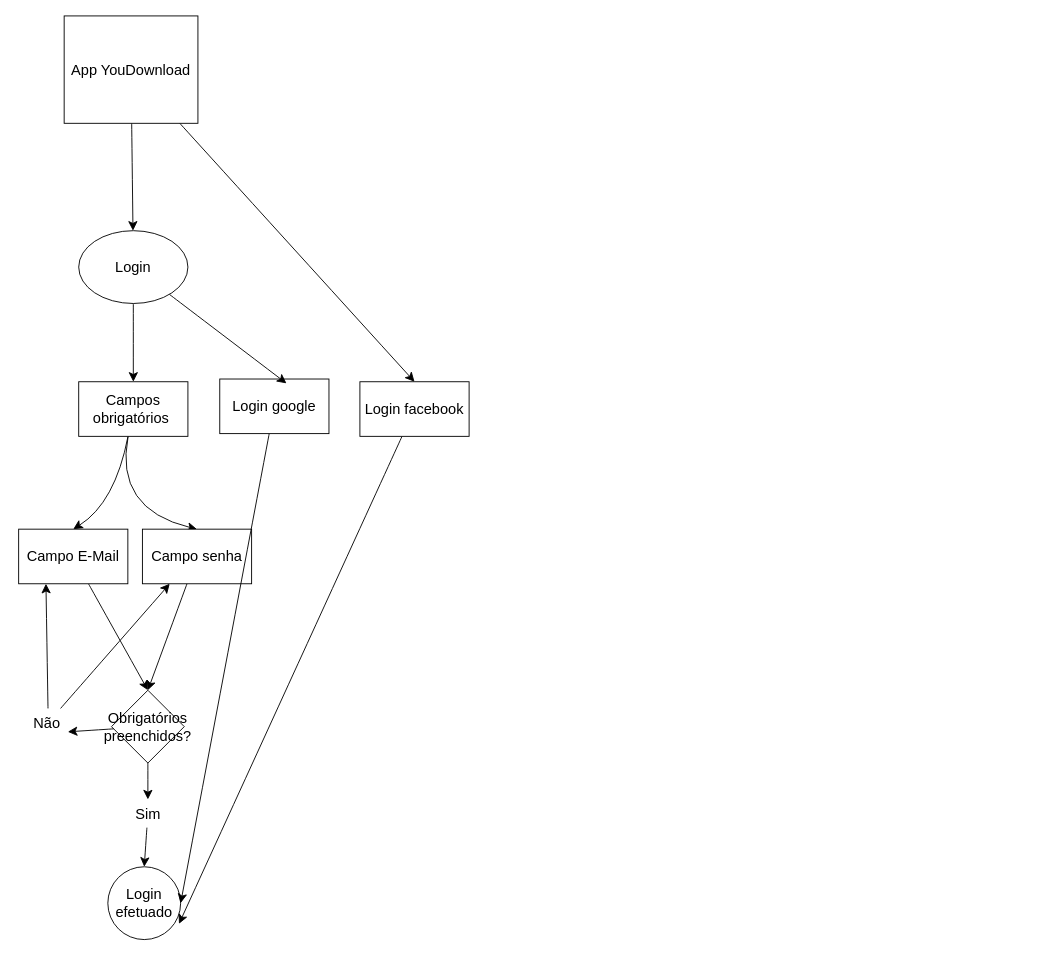
Above: Youdownload.drawio in gabrimota/Diagramas (draw.io), before the change. Source tidied: cells renumbered, new cells numbered last; positions are measured from the earlier drawing's top-left corner, leaving out a move shared by most shapes. Both pictures are drawn from the tidied source at 91%, with x=0, y=0 at pixel (18, 15).
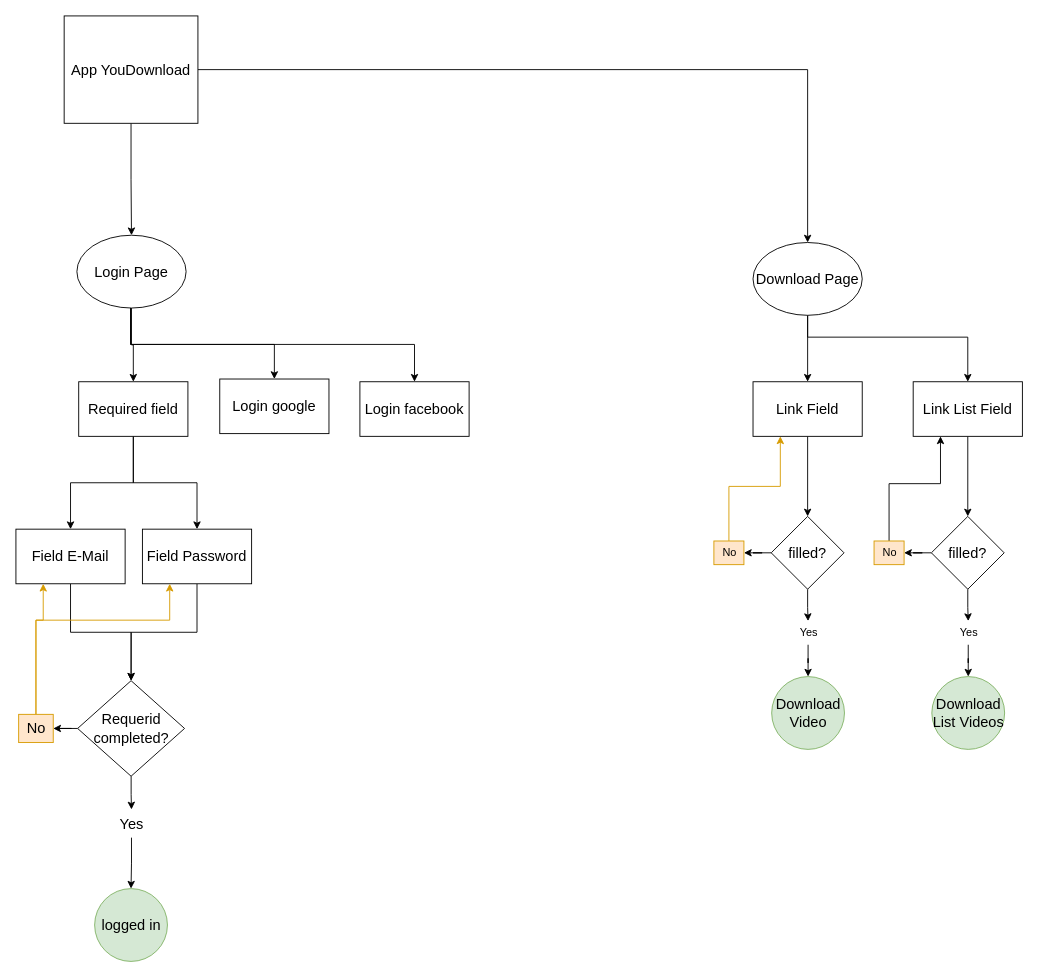
The same diagram, later.

The change refers to these unchanged cells:
```xml
<mxCell id="3" value="Login facebook" style="rounded=0;whiteSpace=wrap;html=1;fontSize=16;" parent="1" vertex="1">
  <mxGeometry x="375" y="402" width="120" height="60" as="geometry" />
</mxCell>
<mxCell id="6" value="App YouDownload" style="rounded=0;whiteSpace=wrap;html=1;fontSize=16;" parent="1" vertex="1">
  <mxGeometry x="50" width="147" height="118" as="geometry" />
</mxCell>
<mxCell id="26" value="Login google" style="rounded=0;whiteSpace=wrap;html=1;fontSize=16;" parent="1" vertex="1">
  <mxGeometry x="221" y="399" width="120" height="60" as="geometry" />
</mxCell>
```

The edit, as a diff of the source:
```diff
@@
-    <mxCell id="2" style="edgeStyle=none;curved=1;rounded=0;jettySize=auto;html=1;fontSize=12;startSize=8;endSize=8;" parent="1" edge="1" source="3">
-      <mxGeometry relative="1" as="geometry">
-        <mxPoint x="176.2" y="997.7" as="targetPoint" />
-      </mxGeometry>
-    </mxCell>
@@
-    <mxCell id="4" style="edgeStyle=none;curved=1;rounded=0;jettySize=auto;html=1;fontSize=12;startSize=8;endSize=8;" parent="1" edge="1" source="6" target="8">
+    <mxCell id="4" style="edgeStyle=orthogonalEdgeStyle;rounded=0;jettySize=auto;html=1;entryX=0.5;entryY=0;entryDx=0;entryDy=0;" parent="1" edge="1" source="6" target="8">
       <mxGeometry relative="1" as="geometry" />
     </mxCell>
-    <mxCell id="5" style="edgeStyle=none;curved=1;rounded=0;jettySize=auto;html=1;entryX=0.5;entryY=0;entryDx=0;entryDy=0;fontSize=12;startSize=8;endSize=8;" parent="1" edge="1" source="6" target="3">
-      <mxGeometry relative="1" as="geometry" />
-    </mxCell>
+    <mxCell id="28" style="edgeStyle=orthogonalEdgeStyle;rounded=0;jettySize=auto;html=1;entryX=0.5;entryY=0;entryDx=0;entryDy=0;" parent="1" edge="1" source="6" target="32">
+      <mxGeometry relative="1" as="geometry" />
+    </mxCell>
@@
-    <mxCell id="7" style="edgeStyle=none;curved=1;rounded=0;jettySize=auto;html=1;fontSize=12;startSize=8;endSize=8;" parent="1" edge="1" source="8" target="11">
+    <mxCell id="7" style="edgeStyle=orthogonalEdgeStyle;rounded=0;jettySize=auto;html=1;entryX=0.5;entryY=0;entryDx=0;entryDy=0;" parent="1" edge="1" source="8" target="11">
       <mxGeometry relative="1" as="geometry" />
     </mxCell>
+    <mxCell id="27" style="edgeStyle=orthogonalEdgeStyle;rounded=0;jettySize=auto;html=1;entryX=0.5;entryY=0;entryDx=0;entryDy=0;" parent="1" edge="1" source="8" target="26">
+      <mxGeometry relative="1" as="geometry">
+        <Array as="points">
+          <mxPoint x="123" y="361" />
+          <mxPoint x="281" y="361" />
+        </Array>
+      </mxGeometry>
+    </mxCell>
+    <mxCell id="29" style="edgeStyle=orthogonalEdgeStyle;rounded=0;jettySize=auto;html=1;" parent="1" edge="1" source="8" target="3">
+      <mxGeometry relative="1" as="geometry">
+        <Array as="points">
+          <mxPoint x="123" y="361" />
+          <mxPoint x="435" y="361" />
+        </Array>
+      </mxGeometry>
+    </mxCell>
-    <mxCell id="8" value="Login" style="ellipse;whiteSpace=wrap;html=1;fontSize=16;" parent="1" vertex="1">
-      <mxGeometry x="66" y="236" width="120" height="80" as="geometry" />
+    <mxCell id="8" value="Login Page" style="ellipse;whiteSpace=wrap;html=1;fontSize=16;" parent="1" vertex="1">
+      <mxGeometry x="64" y="241" width="120" height="80" as="geometry" />
     </mxCell>
-    <mxCell id="9" style="edgeStyle=none;curved=1;rounded=0;jettySize=auto;html=1;entryX=0.5;entryY=0;entryDx=0;entryDy=0;fontSize=12;startSize=8;endSize=8;" parent="1" edge="1" source="11" target="13">
-      <mxGeometry relative="1" as="geometry">
-        <Array as="points">
-          <mxPoint x="106" y="535" />
-        </Array>
-      </mxGeometry>
+    <mxCell id="9" style="edgeStyle=orthogonalEdgeStyle;rounded=0;jettySize=auto;html=1;entryX=0.5;entryY=0;entryDx=0;entryDy=0;" parent="1" edge="1" source="11" target="13">
+      <mxGeometry relative="1" as="geometry" />
     </mxCell>
-    <mxCell id="10" style="edgeStyle=none;curved=1;rounded=0;jettySize=auto;html=1;entryX=0.5;entryY=0;entryDx=0;entryDy=0;fontSize=12;startSize=8;endSize=8;" parent="1" edge="1" source="11" target="15">
-      <mxGeometry relative="1" as="geometry">
-        <Array as="points">
-          <mxPoint x="105" y="542" />
-        </Array>
-      </mxGeometry>
+    <mxCell id="10" style="edgeStyle=orthogonalEdgeStyle;rounded=0;jettySize=auto;html=1;entryX=0.5;entryY=0;entryDx=0;entryDy=0;" parent="1" edge="1" source="11" target="15">
+      <mxGeometry relative="1" as="geometry" />
     </mxCell>
-    <mxCell id="11" value="Campos obrigatórios&amp;nbsp;" style="rounded=0;whiteSpace=wrap;html=1;fontSize=16;" parent="1" vertex="1">
+    <mxCell id="11" value="Required field" style="rounded=0;whiteSpace=wrap;html=1;fontSize=16;" parent="1" vertex="1">
       <mxGeometry x="66" y="402" width="120" height="60" as="geometry" />
     </mxCell>
-    <mxCell id="12" style="edgeStyle=none;curved=1;rounded=0;jettySize=auto;html=1;entryX=0.5;entryY=0;entryDx=0;entryDy=0;fontSize=12;startSize=8;endSize=8;" parent="1" edge="1" source="13" target="17">
+    <mxCell id="12" style="edgeStyle=orthogonalEdgeStyle;rounded=0;jettySize=auto;html=1;entryX=0.5;entryY=0;entryDx=0;entryDy=0;" parent="1" edge="1" source="13" target="17">
       <mxGeometry relative="1" as="geometry" />
     </mxCell>
-    <mxCell id="13" value="Campo E-Mail" style="rounded=0;whiteSpace=wrap;html=1;fontSize=16;" parent="1" vertex="1">
-      <mxGeometry y="564" width="120" height="60" as="geometry" />
+    <mxCell id="13" value="Field E-Mail" style="rounded=0;whiteSpace=wrap;html=1;fontSize=16;" parent="1" vertex="1">
+      <mxGeometry x="-3" y="564" width="120" height="60" as="geometry" />
     </mxCell>
-    <mxCell id="14" style="edgeStyle=none;curved=1;rounded=0;jettySize=auto;html=1;entryX=0.5;entryY=0;entryDx=0;entryDy=0;fontSize=12;startSize=8;endSize=8;" parent="1" edge="1" source="15" target="17">
+    <mxCell id="14" style="edgeStyle=orthogonalEdgeStyle;rounded=0;jettySize=auto;html=1;entryX=0.5;entryY=0;entryDx=0;entryDy=0;" parent="1" edge="1" source="15" target="17">
       <mxGeometry relative="1" as="geometry" />
     </mxCell>
-    <mxCell id="15" value="Campo senha" style="rounded=0;whiteSpace=wrap;html=1;fontSize=16;" parent="1" vertex="1">
+    <mxCell id="15" value="Field Password" style="rounded=0;whiteSpace=wrap;html=1;fontSize=16;" parent="1" vertex="1">
       <mxGeometry x="136" y="564" width="120" height="60" as="geometry" />
     </mxCell>
+    <mxCell id="21" style="edgeStyle=orthogonalEdgeStyle;rounded=0;jettySize=auto;html=1;" parent="1" edge="1" source="17" target="20">
+      <mxGeometry relative="1" as="geometry" />
+    </mxCell>
-    <mxCell id="16" style="edgeStyle=none;curved=1;rounded=0;jettySize=auto;html=1;fontSize=12;startSize=8;endSize=8;" parent="1" edge="1" source="17" target="23">
+    <mxCell id="16" style="edgeStyle=orthogonalEdgeStyle;rounded=0;jettySize=auto;html=1;" parent="1" edge="1" source="17" target="23">
       <mxGeometry relative="1" as="geometry" />
     </mxCell>
-    <mxCell id="17" value="Obrigatórios preenchidos?" style="rhombus;whiteSpace=wrap;html=1;fontSize=16;" parent="1" vertex="1">
-      <mxGeometry x="102" y="741" width="80" height="80" as="geometry" />
+    <mxCell id="17" value="Requerid&lt;br&gt;completed?" style="rhombus;whiteSpace=wrap;html=1;fontSize=16;" parent="1" vertex="1">
+      <mxGeometry x="64.8" y="730.5" width="117.5" height="105" as="geometry" />
     </mxCell>
+    <mxCell id="19" style="edgeStyle=orthogonalEdgeStyle;rounded=0;jettySize=auto;html=1;entryX=0.25;entryY=1;entryDx=0;entryDy=0;fillColor=#ffe6cc;strokeColor=#d79b00;" parent="1" edge="1" source="20" target="15">
+      <mxGeometry relative="1" as="geometry">
+        <Array as="points">
+          <mxPoint x="19" y="664" />
+          <mxPoint x="166" y="664" />
+        </Array>
+      </mxGeometry>
+    </mxCell>
-    <mxCell id="18" style="edgeStyle=none;curved=1;rounded=0;jettySize=auto;html=1;entryX=0.25;entryY=1;entryDx=0;entryDy=0;fontSize=12;startSize=8;endSize=8;" parent="1" edge="1" source="20" target="13">
-      <mxGeometry relative="1" as="geometry" />
+    <mxCell id="18" style="edgeStyle=orthogonalEdgeStyle;rounded=0;jettySize=auto;html=1;entryX=0.25;entryY=1;entryDx=0;entryDy=0;fillColor=#ffe6cc;strokeColor=#d79b00;" parent="1" edge="1" source="20" target="13">
+      <mxGeometry relative="1" as="geometry">
+        <Array as="points">
+          <mxPoint x="19" y="664" />
+          <mxPoint x="27" y="664" />
+        </Array>
+      </mxGeometry>
     </mxCell>
-    <mxCell id="19" style="edgeStyle=none;curved=1;rounded=0;jettySize=auto;html=1;entryX=0.25;entryY=1;entryDx=0;entryDy=0;fontSize=12;startSize=8;endSize=8;" parent="1" edge="1" source="20" target="15">
-      <mxGeometry relative="1" as="geometry" />
-    </mxCell>
-    <mxCell id="20" value="Não&amp;nbsp;" style="text;html=1;align=center;verticalAlign=middle;points=[];strokeColor=none;fillColor=none;fontSize=16;" parent="1" vertex="1">
-      <mxGeometry x="7" y="761" width="51" height="31" as="geometry" />
+    <mxCell id="20" value="No" style="text;html=1;align=center;verticalAlign=middle;points=[];strokeColor=#d79b00;fillColor=#ffe6cc;fontSize=16;" parent="1" vertex="1">
+      <mxGeometry y="767.5" width="38" height="31" as="geometry" />
     </mxCell>
-    <mxCell id="21" style="edgeStyle=none;curved=1;rounded=0;jettySize=auto;html=1;entryX=0.922;entryY=0.829;entryDx=0;entryDy=0;entryPerimeter=0;fontSize=12;startSize=8;endSize=8;" parent="1" edge="1" source="17" target="20">
-      <mxGeometry relative="1" as="geometry" />
-    </mxCell>
-    <mxCell id="22" style="edgeStyle=none;curved=1;rounded=0;jettySize=auto;html=1;entryX=0.5;entryY=0;entryDx=0;entryDy=0;fontSize=12;startSize=8;endSize=8;" parent="1" edge="1" source="23" target="24">
+    <mxCell id="22" style="edgeStyle=orthogonalEdgeStyle;rounded=0;jettySize=auto;html=1;entryX=0.5;entryY=0;entryDx=0;entryDy=0;" parent="1" edge="1" source="23" target="24">
       <mxGeometry relative="1" as="geometry" />
     </mxCell>
-    <mxCell id="23" value="Sim" style="text;html=1;align=center;verticalAlign=middle;points=[];strokeColor=none;fillColor=none;fontSize=16;" parent="1" vertex="1">
-      <mxGeometry x="119.5" y="861" width="45" height="31" as="geometry" />
+    <mxCell id="23" value="Yes" style="text;html=1;align=center;verticalAlign=middle;points=[];strokeColor=none;fillColor=none;fontSize=16;" parent="1" vertex="1">
+      <mxGeometry x="102" y="872" width="44" height="31" as="geometry" />
     </mxCell>
-    <mxCell id="24" value="Login efetuado" style="ellipse;whiteSpace=wrap;html=1;fontSize=16;" parent="1" vertex="1">
-      <mxGeometry x="98" y="935" width="80" height="80" as="geometry" />
+    <mxCell id="24" value="logged in" style="ellipse;whiteSpace=wrap;html=1;fontSize=16;fillColor=#d5e8d4;strokeColor=#82b366;" parent="1" vertex="1">
+      <mxGeometry x="83.5" y="959" width="80" height="80" as="geometry" />
     </mxCell>
-    <mxCell id="25" style="edgeStyle=none;curved=1;rounded=0;jettySize=auto;html=1;entryX=1;entryY=0.5;entryDx=0;entryDy=0;fontSize=12;startSize=8;endSize=8;" parent="1" edge="1" source="26" target="24">
-      <mxGeometry relative="1" as="geometry" />
-    </mxCell>
@@
-    <mxCell id="27" style="edgeStyle=none;curved=1;rounded=0;jettySize=auto;html=1;entryX=0.611;entryY=0.08;entryDx=0;entryDy=0;entryPerimeter=0;fontSize=12;startSize=8;endSize=8;" parent="1" edge="1" source="8" target="26">
-      <mxGeometry relative="1" as="geometry" />
-    </mxCell>
+    <mxCell id="30" style="edgeStyle=orthogonalEdgeStyle;rounded=0;jettySize=auto;html=1;" parent="1" edge="1" source="32" target="34">
+      <mxGeometry relative="1" as="geometry" />
+    </mxCell>
+    <mxCell id="31" style="edgeStyle=orthogonalEdgeStyle;rounded=0;jettySize=auto;html=1;" parent="1" edge="1" source="32" target="36">
+      <mxGeometry relative="1" as="geometry">
+        <Array as="points">
+          <mxPoint x="867" y="353" />
+          <mxPoint x="1043" y="353" />
+        </Array>
+      </mxGeometry>
+    </mxCell>
+    <mxCell id="32" value="Download Page" style="ellipse;whiteSpace=wrap;html=1;fontSize=16;" parent="1" vertex="1">
+      <mxGeometry x="807" y="249" width="120" height="80" as="geometry" />
+    </mxCell>
+    <mxCell id="33" style="edgeStyle=orthogonalEdgeStyle;rounded=0;jettySize=auto;html=1;entryX=0.5;entryY=0;entryDx=0;entryDy=0;" parent="1" edge="1" source="34" target="39">
+      <mxGeometry relative="1" as="geometry" />
+    </mxCell>
+    <mxCell id="34" value="&lt;font style=&quot;font-size: 16px;&quot;&gt;Link Field&lt;/font&gt;" style="rounded=0;whiteSpace=wrap;html=1;" parent="1" vertex="1">
+      <mxGeometry x="807" y="402" width="120" height="60" as="geometry" />
+    </mxCell>
+    <mxCell id="35" style="edgeStyle=orthogonalEdgeStyle;rounded=0;jettySize=auto;html=1;entryX=0.5;entryY=0;entryDx=0;entryDy=0;" parent="1" edge="1" source="36" target="47">
+      <mxGeometry relative="1" as="geometry" />
+    </mxCell>
+    <mxCell id="36" value="&lt;font style=&quot;font-size: 16px;&quot;&gt;Link List Field&lt;/font&gt;" style="rounded=0;whiteSpace=wrap;html=1;" parent="1" vertex="1">
+      <mxGeometry x="983" y="402" width="120" height="60" as="geometry" />
+    </mxCell>
+    <mxCell id="37" style="edgeStyle=orthogonalEdgeStyle;rounded=0;jettySize=auto;html=1;" parent="1" edge="1" source="39" target="41">
+      <mxGeometry relative="1" as="geometry" />
+    </mxCell>
+    <mxCell id="38" style="edgeStyle=orthogonalEdgeStyle;rounded=0;jettySize=auto;html=1;" parent="1" edge="1" source="39" target="43">
+      <mxGeometry relative="1" as="geometry" />
+    </mxCell>
+    <mxCell id="39" value="&lt;font style=&quot;font-size: 16px;&quot;&gt;filled?&lt;/font&gt;" style="rhombus;whiteSpace=wrap;html=1;" parent="1" vertex="1">
+      <mxGeometry x="827" y="550" width="80" height="80" as="geometry" />
+    </mxCell>
+    <mxCell id="40" style="edgeStyle=orthogonalEdgeStyle;rounded=0;jettySize=auto;html=1;entryX=0.25;entryY=1;entryDx=0;entryDy=0;fillColor=#ffe6cc;strokeColor=#d79b00;" parent="1" edge="1" source="41" target="34">
+      <mxGeometry relative="1" as="geometry">
+        <Array as="points">
+          <mxPoint x="781" y="517" />
+          <mxPoint x="837" y="517" />
+        </Array>
+      </mxGeometry>
+    </mxCell>
+    <mxCell id="41" value="No" style="text;html=1;align=center;verticalAlign=middle;points=[];strokeColor=#d79b00;fillColor=#ffe6cc;" parent="1" vertex="1">
+      <mxGeometry x="764" y="577" width="33" height="26" as="geometry" />
+    </mxCell>
+    <mxCell id="42" style="edgeStyle=orthogonalEdgeStyle;rounded=0;jettySize=auto;html=1;entryX=0.5;entryY=0;entryDx=0;entryDy=0;" parent="1" edge="1" source="43" target="44">
+      <mxGeometry relative="1" as="geometry" />
+    </mxCell>
+    <mxCell id="43" value="Yes" style="text;html=1;align=center;verticalAlign=middle;points=[];strokeColor=none;fillColor=none;" parent="1" vertex="1">
+      <mxGeometry x="848.5" y="665" width="38" height="26" as="geometry" />
+    </mxCell>
+    <mxCell id="44" value="Download Video" style="ellipse;whiteSpace=wrap;html=1;fontSize=16;fillColor=#d5e8d4;strokeColor=#82b366;" parent="1" vertex="1">
+      <mxGeometry x="827.5" y="726" width="80" height="80" as="geometry" />
+    </mxCell>
+    <mxCell id="45" style="edgeStyle=orthogonalEdgeStyle;rounded=0;jettySize=auto;html=1;" parent="1" edge="1" source="47" target="49">
+      <mxGeometry relative="1" as="geometry" />
+    </mxCell>
+    <mxCell id="46" style="edgeStyle=orthogonalEdgeStyle;rounded=0;jettySize=auto;html=1;" parent="1" edge="1" source="47" target="51">
+      <mxGeometry relative="1" as="geometry" />
+    </mxCell>
+    <mxCell id="47" value="&lt;font style=&quot;font-size: 16px;&quot;&gt;filled?&lt;/font&gt;" style="rhombus;whiteSpace=wrap;html=1;" parent="1" vertex="1">
+      <mxGeometry x="1003" y="550" width="80" height="80" as="geometry" />
+    </mxCell>
+    <mxCell id="48" style="edgeStyle=orthogonalEdgeStyle;rounded=0;jettySize=auto;html=1;entryX=0.25;entryY=1;entryDx=0;entryDy=0;" parent="1" edge="1" source="49" target="36">
+      <mxGeometry relative="1" as="geometry">
+        <Array as="points">
+          <mxPoint x="957" y="514" />
+          <mxPoint x="1013" y="514" />
+        </Array>
+      </mxGeometry>
+    </mxCell>
+    <mxCell id="49" value="No" style="text;html=1;align=center;verticalAlign=middle;points=[];strokeColor=#d79b00;fillColor=#ffe6cc;" parent="1" vertex="1">
+      <mxGeometry x="940" y="577" width="33" height="26" as="geometry" />
+    </mxCell>
+    <mxCell id="50" style="edgeStyle=orthogonalEdgeStyle;rounded=0;jettySize=auto;html=1;entryX=0.5;entryY=0;entryDx=0;entryDy=0;" parent="1" edge="1" source="51" target="52">
+      <mxGeometry relative="1" as="geometry" />
+    </mxCell>
+    <mxCell id="51" value="Yes" style="text;html=1;align=center;verticalAlign=middle;points=[];strokeColor=none;fillColor=none;" parent="1" vertex="1">
+      <mxGeometry x="1024.5" y="665" width="38" height="26" as="geometry" />
+    </mxCell>
+    <mxCell id="52" value="Download List Videos" style="ellipse;whiteSpace=wrap;html=1;fontSize=16;fillColor=#d5e8d4;strokeColor=#82b366;" parent="1" vertex="1">
+      <mxGeometry x="1003.5" y="726" width="80" height="80" as="geometry" />
+    </mxCell>
```
